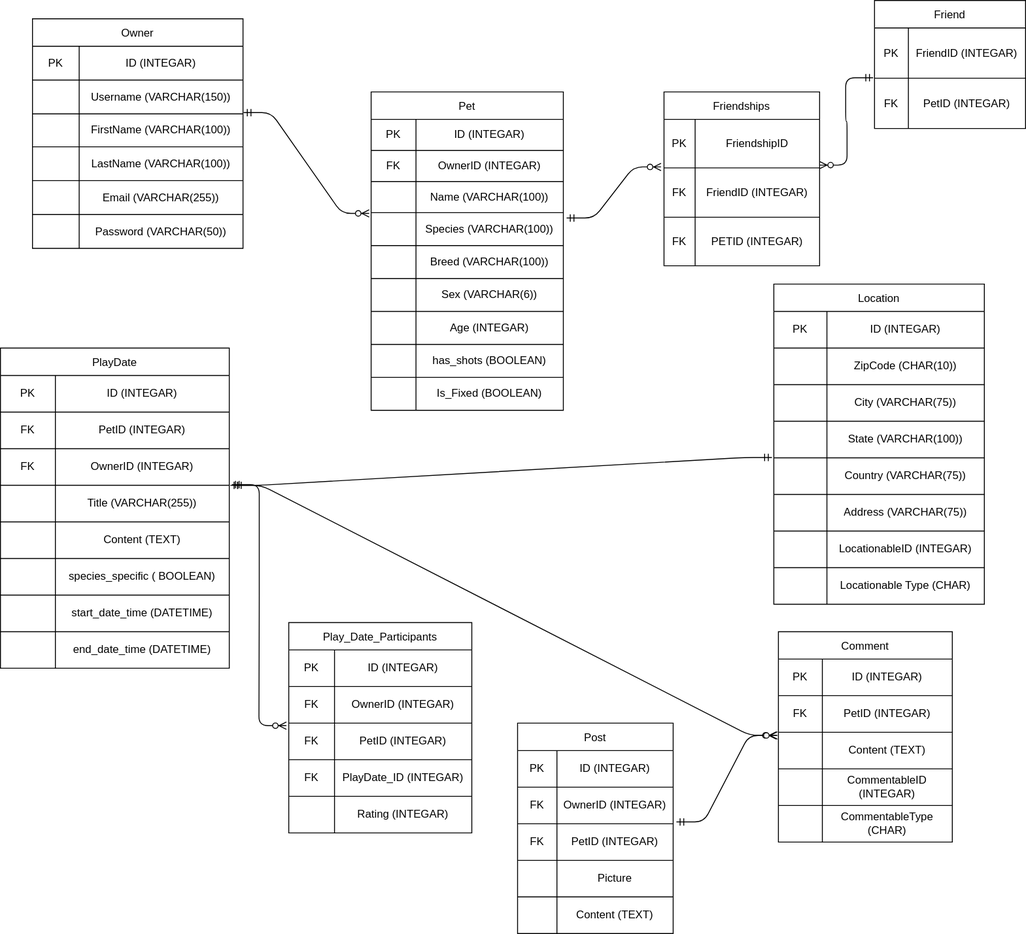
Topaz712/pet_project_erd keeps this draw.io diagram as project.drawio.svg. Above is the earlier version. Source tidied: cells renumbered, new cells last; positions are measured from the earlier drawing's top-left corner, leaving out a move shared by most shapes.
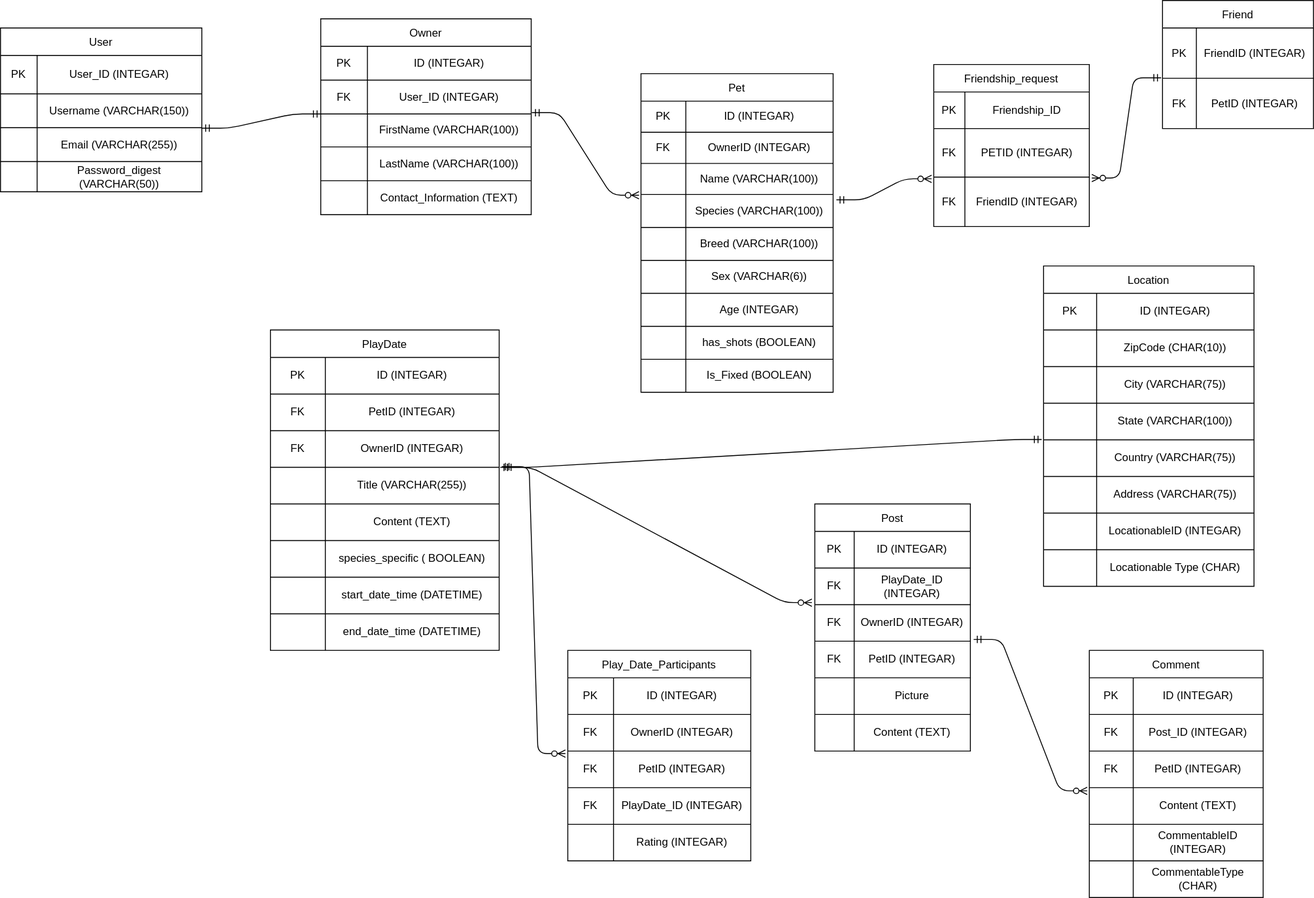
The same file after the commit.

Commit message:
ADDED: User table, made some edits

Diff of the diagram source:
```diff
@@ -5,3 +5,3 @@
     <mxCell id="2" value="Owner" style="shape=table;startSize=30;" parent="1" vertex="1">
-      <mxGeometry x="35" y="20" width="230" height="251" as="geometry" />
+      <mxGeometry x="55" y="40" width="230" height="214" as="geometry" />
     </mxCell>
@@ -16,11 +16,11 @@
     </mxCell>
-    <mxCell id="6" style="shape=tableRow;horizontal=0;startSize=0;swimlaneHead=0;swimlaneBody=0;top=0;left=0;bottom=0;right=0;fillColor=none;points=[[0,0.5],[1,0.5]];portConstraint=eastwest;" parent="2" vertex="1">
-      <mxGeometry y="67" width="230" height="37" as="geometry" />
-    </mxCell>
-    <mxCell id="7" style="shape=partialRectangle;html=1;whiteSpace=wrap;overflow=hidden;fillColor=none;top=0;left=0;bottom=0;right=0;" parent="6" vertex="1">
-      <mxGeometry width="51" height="37" as="geometry" />
-    </mxCell>
-    <mxCell id="8" value="Username (VARCHAR(150))" style="shape=partialRectangle;html=1;whiteSpace=wrap;overflow=hidden;fillColor=none;top=0;left=0;bottom=0;right=0;" parent="6" vertex="1">
-      <mxGeometry x="51" width="179" height="37" as="geometry" />
-    </mxCell>
+    <mxCell id="171" style="shape=tableRow;horizontal=0;startSize=0;swimlaneHead=0;swimlaneBody=0;top=0;left=0;bottom=0;right=0;fillColor=none;" parent="2" vertex="1">
+      <mxGeometry y="67" width="230" height="37" as="geometry" />
+    </mxCell>
+    <mxCell id="172" value="FK" style="shape=partialRectangle;html=1;whiteSpace=wrap;overflow=hidden;fillColor=none;top=0;left=0;bottom=0;right=0;" parent="171" vertex="1">
+      <mxGeometry width="51" height="37" as="geometry" />
+    </mxCell>
+    <mxCell id="173" value="User_ID (INTEGAR)" style="shape=partialRectangle;html=1;whiteSpace=wrap;overflow=hidden;fillColor=none;top=0;left=0;bottom=0;right=0;" parent="171" vertex="1">
+      <mxGeometry x="51" width="179" height="37" as="geometry" />
+    </mxCell>
     <mxCell id="9" style="shape=tableRow;horizontal=0;startSize=0;swimlaneHead=0;swimlaneBody=0;top=0;left=0;bottom=0;right=0;fillColor=none;points=[[0,0.5],[1,0.5]];portConstraint=eastwest;" parent="2" vertex="1">
@@ -43,20 +43,11 @@
     </mxCell>
-    <mxCell id="15" style="shape=tableRow;horizontal=0;startSize=0;swimlaneHead=0;swimlaneBody=0;top=0;left=0;bottom=0;right=0;fillColor=none;" parent="2" vertex="1">
-      <mxGeometry y="177" width="230" height="37" as="geometry" />
-    </mxCell>
-    <mxCell id="16" style="shape=partialRectangle;html=1;whiteSpace=wrap;overflow=hidden;fillColor=none;top=0;left=0;bottom=0;right=0;" parent="15" vertex="1">
-      <mxGeometry width="51" height="37" as="geometry" />
-    </mxCell>
-    <mxCell id="17" value="Email (VARCHAR(255))" style="shape=partialRectangle;html=1;whiteSpace=wrap;overflow=hidden;fillColor=none;top=0;left=0;bottom=0;right=0;" parent="15" vertex="1">
-      <mxGeometry x="51" width="179" height="37" as="geometry" />
-    </mxCell>
-    <mxCell id="18" style="shape=tableRow;horizontal=0;startSize=0;swimlaneHead=0;swimlaneBody=0;top=0;left=0;bottom=0;right=0;fillColor=none;" parent="2" vertex="1">
-      <mxGeometry y="214" width="230" height="37" as="geometry" />
-    </mxCell>
-    <mxCell id="19" style="shape=partialRectangle;html=1;whiteSpace=wrap;overflow=hidden;fillColor=none;top=0;left=0;bottom=0;right=0;" parent="18" vertex="1">
-      <mxGeometry width="51" height="37" as="geometry" />
-    </mxCell>
-    <mxCell id="20" value="Password (VARCHAR(50))" style="shape=partialRectangle;html=1;whiteSpace=wrap;overflow=hidden;fillColor=none;top=0;left=0;bottom=0;right=0;" parent="18" vertex="1">
-      <mxGeometry x="51" width="179" height="37" as="geometry" />
-    </mxCell>
+    <mxCell id="174" style="shape=tableRow;horizontal=0;startSize=0;swimlaneHead=0;swimlaneBody=0;top=0;left=0;bottom=0;right=0;fillColor=none;" parent="2" vertex="1">
+      <mxGeometry y="177" width="230" height="37" as="geometry" />
+    </mxCell>
+    <mxCell id="175" style="shape=partialRectangle;html=1;whiteSpace=wrap;overflow=hidden;fillColor=none;top=0;left=0;bottom=0;right=0;" parent="174" vertex="1">
+      <mxGeometry width="51" height="37" as="geometry" />
+    </mxCell>
+    <mxCell id="176" value="Contact_Information (TEXT)" style="shape=partialRectangle;html=1;whiteSpace=wrap;overflow=hidden;fillColor=none;top=0;left=0;bottom=0;right=0;" parent="174" vertex="1">
+      <mxGeometry x="51" width="179" height="37" as="geometry" />
+    </mxCell>
     <mxCell id="21" value="Pet" style="shape=table;startSize=30;" parent="1" vertex="1">
@@ -146,3 +137,3 @@
     <mxCell id="49" value="Play_Date_Participants" style="shape=table;startSize=30;" parent="1" vertex="1">
-      <mxGeometry x="315" y="680" width="200" height="230" as="geometry" />
+      <mxGeometry x="325" y="730" width="200" height="230" as="geometry" />
     </mxCell>
@@ -194,3 +185,3 @@
     <mxCell id="65" value="Comment" style="shape=table;startSize=30;" parent="1" vertex="1">
-      <mxGeometry x="850" y="690" width="190" height="230" as="geometry" />
+      <mxGeometry x="895" y="730" width="190" height="270" as="geometry" />
     </mxCell>
@@ -205,4 +196,13 @@
     </mxCell>
+    <mxCell id="177" style="shape=tableRow;horizontal=0;startSize=0;swimlaneHead=0;swimlaneBody=0;top=0;left=0;bottom=0;right=0;fillColor=none;" parent="65" vertex="1">
+      <mxGeometry y="70" width="190" height="40" as="geometry" />
+    </mxCell>
+    <mxCell id="178" value="FK" style="shape=partialRectangle;html=1;whiteSpace=wrap;overflow=hidden;fillColor=none;top=0;left=0;bottom=0;right=0;" parent="177" vertex="1">
+      <mxGeometry width="48" height="40" as="geometry" />
+    </mxCell>
+    <mxCell id="179" value="Post_ID (INTEGAR)" style="shape=partialRectangle;html=1;whiteSpace=wrap;overflow=hidden;fillColor=none;top=0;left=0;bottom=0;right=0;" parent="177" vertex="1">
+      <mxGeometry x="48" width="142" height="40" as="geometry" />
+    </mxCell>
     <mxCell id="69" style="shape=tableRow;horizontal=0;startSize=0;swimlaneHead=0;swimlaneBody=0;top=0;left=0;bottom=0;right=0;fillColor=none;" parent="65" vertex="1">
-      <mxGeometry y="70" width="190" height="40" as="geometry" />
+      <mxGeometry y="110" width="190" height="40" as="geometry" />
     </mxCell>
@@ -215,3 +215,3 @@
     <mxCell id="72" style="shape=tableRow;horizontal=0;startSize=0;swimlaneHead=0;swimlaneBody=0;top=0;left=0;bottom=0;right=0;fillColor=none;points=[[0,0.5],[1,0.5]];portConstraint=eastwest;" parent="65" vertex="1">
-      <mxGeometry y="110" width="190" height="40" as="geometry" />
+      <mxGeometry y="150" width="190" height="40" as="geometry" />
     </mxCell>
@@ -224,3 +224,3 @@
     <mxCell id="75" style="shape=tableRow;horizontal=0;startSize=0;swimlaneHead=0;swimlaneBody=0;top=0;left=0;bottom=0;right=0;fillColor=none;" parent="65" vertex="1">
-      <mxGeometry y="150" width="190" height="40" as="geometry" />
+      <mxGeometry y="190" width="190" height="40" as="geometry" />
     </mxCell>
@@ -233,3 +233,3 @@
     <mxCell id="78" style="shape=tableRow;horizontal=0;startSize=0;swimlaneHead=0;swimlaneBody=0;top=0;left=0;bottom=0;right=0;fillColor=none;" parent="65" vertex="1">
-      <mxGeometry y="190" width="190" height="40" as="geometry" />
+      <mxGeometry y="230" width="190" height="40" as="geometry" />
     </mxCell>
@@ -242,3 +242,3 @@
     <mxCell id="81" value="Post" style="shape=table;startSize=30;" parent="1" vertex="1">
-      <mxGeometry x="565" y="790" width="170" height="230" as="geometry" />
+      <mxGeometry x="595" y="570" width="170" height="270" as="geometry" />
     </mxCell>
@@ -253,4 +253,13 @@
     </mxCell>
+    <mxCell id="180" style="shape=tableRow;horizontal=0;startSize=0;swimlaneHead=0;swimlaneBody=0;top=0;left=0;bottom=0;right=0;fillColor=none;" parent="81" vertex="1">
+      <mxGeometry y="70" width="170" height="40" as="geometry" />
+    </mxCell>
+    <mxCell id="181" value="FK" style="shape=partialRectangle;html=1;whiteSpace=wrap;overflow=hidden;fillColor=none;top=0;left=0;bottom=0;right=0;" parent="180" vertex="1">
+      <mxGeometry width="43" height="40" as="geometry" />
+    </mxCell>
+    <mxCell id="182" value="PlayDate_ID (INTEGAR)" style="shape=partialRectangle;html=1;whiteSpace=wrap;overflow=hidden;fillColor=none;top=0;left=0;bottom=0;right=0;" parent="180" vertex="1">
+      <mxGeometry x="43" width="127" height="40" as="geometry" />
+    </mxCell>
     <mxCell id="85" style="shape=tableRow;horizontal=0;startSize=0;swimlaneHead=0;swimlaneBody=0;top=0;left=0;bottom=0;right=0;fillColor=none;points=[[0,0.5],[1,0.5]];portConstraint=eastwest;" parent="81" vertex="1">
-      <mxGeometry y="70" width="170" height="40" as="geometry" />
+      <mxGeometry y="110" width="170" height="40" as="geometry" />
     </mxCell>
@@ -263,3 +272,3 @@
     <mxCell id="88" style="shape=tableRow;horizontal=0;startSize=0;swimlaneHead=0;swimlaneBody=0;top=0;left=0;bottom=0;right=0;fillColor=none;points=[[0,0.5],[1,0.5]];portConstraint=eastwest;" parent="81" vertex="1">
-      <mxGeometry y="110" width="170" height="40" as="geometry" />
+      <mxGeometry y="150" width="170" height="40" as="geometry" />
     </mxCell>
@@ -272,3 +281,3 @@
     <mxCell id="91" style="shape=tableRow;horizontal=0;startSize=0;swimlaneHead=0;swimlaneBody=0;top=0;left=0;bottom=0;right=0;fillColor=none;" parent="81" vertex="1">
-      <mxGeometry y="150" width="170" height="40" as="geometry" />
+      <mxGeometry y="190" width="170" height="40" as="geometry" />
     </mxCell>
@@ -281,3 +290,3 @@
     <mxCell id="94" style="shape=tableRow;horizontal=0;startSize=0;swimlaneHead=0;swimlaneBody=0;top=0;left=0;bottom=0;right=0;fillColor=none;" parent="81" vertex="1">
-      <mxGeometry y="190" width="170" height="40" as="geometry" />
+      <mxGeometry y="230" width="170" height="40" as="geometry" />
     </mxCell>
@@ -448,5 +457,2 @@
     </mxCell>
-    <mxCell id="150" style="edgeStyle=entityRelationEdgeStyle;fontSize=12;html=1;endArrow=ERzeroToMany;startArrow=ERmandOne;exitX=1.02;exitY=0;exitDx=0;exitDy=0;exitPerimeter=0;entryX=-0.006;entryY=0.086;entryDx=0;entryDy=0;entryPerimeter=0;" parent="1" edge="1" source="107" target="72">
-      <mxGeometry relative="1" as="geometry" />
-    </mxCell>
     <mxCell id="151" style="edgeStyle=entityRelationEdgeStyle;fontSize=12;html=1;endArrow=ERmandOne;startArrow=ERmandOne;entryX=-0.009;entryY=-0.01;entryDx=0;entryDy=0;entryPerimeter=0;exitX=1.005;exitY=0.003;exitDx=0;exitDy=0;exitPerimeter=0;" parent="1" edge="1" source="107" target="135">
@@ -455,3 +461,3 @@
     <mxCell id="152" value="Friend" style="shape=table;startSize=30;" parent="1" vertex="1">
-      <mxGeometry x="955" width="165" height="140" as="geometry" />
+      <mxGeometry x="975" y="20" width="165" height="140" as="geometry" />
     </mxCell>
@@ -475,16 +481,25 @@
     </mxCell>
-    <mxCell id="159" value="Friendships" style="shape=table;startSize=30;" parent="1" vertex="1">
-      <mxGeometry x="725" y="100" width="170" height="190" as="geometry" />
+    <mxCell id="159" value="Friendship_request" style="shape=table;startSize=30;" parent="1" vertex="1">
+      <mxGeometry x="725" y="90" width="170" height="177" as="geometry" />
     </mxCell>
     <mxCell id="160" style="shape=tableRow;horizontal=0;startSize=0;swimlaneHead=0;swimlaneBody=0;top=0;left=0;bottom=0;right=0;fillColor=none;points=[[0,0.5],[1,0.5]];portConstraint=eastwest;" parent="159" vertex="1">
-      <mxGeometry y="30" width="170" height="53" as="geometry" />
+      <mxGeometry y="30" width="170" height="40" as="geometry" />
     </mxCell>
     <mxCell id="161" value="PK" style="shape=partialRectangle;html=1;whiteSpace=wrap;overflow=hidden;fillColor=none;top=0;left=0;bottom=0;right=0;" parent="160" vertex="1">
-      <mxGeometry width="34" height="53" as="geometry" />
+      <mxGeometry width="34" height="40" as="geometry" />
     </mxCell>
-    <mxCell id="162" value="FriendshipID" style="shape=partialRectangle;html=1;whiteSpace=wrap;overflow=hidden;fillColor=none;top=0;left=0;bottom=0;right=0;" parent="160" vertex="1">
-      <mxGeometry x="34" width="136" height="53" as="geometry" />
+    <mxCell id="162" value="Friendship_ID" style="shape=partialRectangle;html=1;whiteSpace=wrap;overflow=hidden;fillColor=none;top=0;left=0;bottom=0;right=0;" parent="160" vertex="1">
+      <mxGeometry x="34" width="136" height="40" as="geometry" />
     </mxCell>
+    <mxCell id="166" style="shape=tableRow;horizontal=0;startSize=0;swimlaneHead=0;swimlaneBody=0;top=0;left=0;bottom=0;right=0;fillColor=none;points=[[0,0.5],[1,0.5]];portConstraint=eastwest;" parent="159" vertex="1">
+      <mxGeometry y="70" width="170" height="53" as="geometry" />
+    </mxCell>
+    <mxCell id="167" value="FK" style="shape=partialRectangle;html=1;whiteSpace=wrap;overflow=hidden;fillColor=none;top=0;left=0;bottom=0;right=0;" parent="166" vertex="1">
+      <mxGeometry width="34" height="53" as="geometry" />
+    </mxCell>
+    <mxCell id="168" value="PETID (INTEGAR)" style="shape=partialRectangle;html=1;whiteSpace=wrap;overflow=hidden;fillColor=none;top=0;left=0;bottom=0;right=0;" parent="166" vertex="1">
+      <mxGeometry x="34" width="136" height="53" as="geometry" />
+    </mxCell>
     <mxCell id="163" style="shape=tableRow;horizontal=0;startSize=0;swimlaneHead=0;swimlaneBody=0;top=0;left=0;bottom=0;right=0;fillColor=none;" parent="159" vertex="1">
-      <mxGeometry y="83" width="170" height="54" as="geometry" />
+      <mxGeometry y="123" width="170" height="54" as="geometry" />
     </mxCell>
@@ -496,17 +511,57 @@
     </mxCell>
-    <mxCell id="166" style="shape=tableRow;horizontal=0;startSize=0;swimlaneHead=0;swimlaneBody=0;top=0;left=0;bottom=0;right=0;fillColor=none;points=[[0,0.5],[1,0.5]];portConstraint=eastwest;" parent="159" vertex="1">
-      <mxGeometry y="137" width="170" height="53" as="geometry" />
-    </mxCell>
-    <mxCell id="167" value="FK" style="shape=partialRectangle;html=1;whiteSpace=wrap;overflow=hidden;fillColor=none;top=0;left=0;bottom=0;right=0;" parent="166" vertex="1">
-      <mxGeometry width="34" height="53" as="geometry" />
-    </mxCell>
-    <mxCell id="168" value="PETID (INTEGAR)" style="shape=partialRectangle;html=1;whiteSpace=wrap;overflow=hidden;fillColor=none;top=0;left=0;bottom=0;right=0;" parent="166" vertex="1">
-      <mxGeometry x="34" width="136" height="53" as="geometry" />
-    </mxCell>
-    <mxCell id="169" style="edgeStyle=entityRelationEdgeStyle;fontSize=12;html=1;endArrow=ERzeroToMany;startArrow=ERmandOne;exitX=1.017;exitY=0.162;exitDx=0;exitDy=0;exitPerimeter=0;entryX=-0.019;entryY=0.981;entryDx=0;entryDy=0;entryPerimeter=0;" parent="1" edge="1" source="31" target="160">
+    <mxCell id="169" style="edgeStyle=entityRelationEdgeStyle;fontSize=12;html=1;endArrow=ERzeroToMany;startArrow=ERmandOne;exitX=1.017;exitY=0.162;exitDx=0;exitDy=0;exitPerimeter=0;entryX=-0.014;entryY=1.035;entryDx=0;entryDy=0;entryPerimeter=0;" parent="1" edge="1" source="31" target="166">
       <mxGeometry relative="1" as="geometry" />
     </mxCell>
-    <mxCell id="170" style="edgeStyle=entityRelationEdgeStyle;fontSize=12;html=1;endArrow=ERzeroToMany;startArrow=ERmandOne;entryX=1;entryY=0.943;entryDx=0;entryDy=0;entryPerimeter=0;exitX=-0.009;exitY=0.991;exitDx=0;exitDy=0;exitPerimeter=0;" parent="1" edge="1" source="153" target="160">
+    <mxCell id="170" style="edgeStyle=entityRelationEdgeStyle;fontSize=12;html=1;endArrow=ERzeroToMany;startArrow=ERmandOne;entryX=1.016;entryY=1.019;entryDx=0;entryDy=0;entryPerimeter=0;exitX=-0.009;exitY=0.991;exitDx=0;exitDy=0;exitPerimeter=0;" parent="1" edge="1" source="153" target="166">
       <mxGeometry relative="1" as="geometry" />
     </mxCell>
+    <mxCell id="183" style="edgeStyle=entityRelationEdgeStyle;fontSize=12;html=1;endArrow=ERzeroToMany;startArrow=ERmandOne;entryX=-0.019;entryY=-0.054;entryDx=0;entryDy=0;entryPerimeter=0;" parent="1" edge="1" target="85">
+      <mxGeometry relative="1" as="geometry">
+        <mxPoint x="255" y="530" as="sourcePoint" />
+      </mxGeometry>
+    </mxCell>
+    <mxCell id="184" value="User" style="shape=table;startSize=30;" parent="1" vertex="1">
+      <mxGeometry x="-295" y="50" width="220" height="179" as="geometry" />
+    </mxCell>
+    <mxCell id="185" style="shape=tableRow;horizontal=0;startSize=0;swimlaneHead=0;swimlaneBody=0;top=0;left=0;bottom=0;right=0;fillColor=none;" parent="184" vertex="1">
+      <mxGeometry y="30" width="220" height="42" as="geometry" />
+    </mxCell>
+    <mxCell id="186" value="PK" style="shape=partialRectangle;html=1;whiteSpace=wrap;overflow=hidden;fillColor=none;top=0;left=0;bottom=0;right=0;" parent="185" vertex="1">
+      <mxGeometry width="40" height="42" as="geometry" />
+    </mxCell>
+    <mxCell id="187" value="User_ID (INTEGAR)" style="shape=partialRectangle;html=1;whiteSpace=wrap;overflow=hidden;fillColor=none;top=0;left=0;bottom=0;right=0;" parent="185" vertex="1">
+      <mxGeometry x="40" width="180" height="42" as="geometry" />
+    </mxCell>
+    <mxCell id="6" style="shape=tableRow;horizontal=0;startSize=0;swimlaneHead=0;swimlaneBody=0;top=0;left=0;bottom=0;right=0;fillColor=none;points=[[0,0.5],[1,0.5]];portConstraint=eastwest;" parent="184" vertex="1">
+      <mxGeometry y="72" width="220" height="37" as="geometry" />
+    </mxCell>
+    <mxCell id="7" style="shape=partialRectangle;html=1;whiteSpace=wrap;overflow=hidden;fillColor=none;top=0;left=0;bottom=0;right=0;" parent="6" vertex="1">
+      <mxGeometry width="40" height="37" as="geometry" />
+    </mxCell>
+    <mxCell id="8" value="Username (VARCHAR(150))" style="shape=partialRectangle;html=1;whiteSpace=wrap;overflow=hidden;fillColor=none;top=0;left=0;bottom=0;right=0;" parent="6" vertex="1">
+      <mxGeometry x="40" width="180" height="37" as="geometry" />
+    </mxCell>
+    <mxCell id="15" style="shape=tableRow;horizontal=0;startSize=0;swimlaneHead=0;swimlaneBody=0;top=0;left=0;bottom=0;right=0;fillColor=none;" parent="184" vertex="1">
+      <mxGeometry y="109" width="220" height="37" as="geometry" />
+    </mxCell>
+    <mxCell id="16" style="shape=partialRectangle;html=1;whiteSpace=wrap;overflow=hidden;fillColor=none;top=0;left=0;bottom=0;right=0;" parent="15" vertex="1">
+      <mxGeometry width="40" height="37" as="geometry" />
+    </mxCell>
+    <mxCell id="17" value="Email (VARCHAR(255))" style="shape=partialRectangle;html=1;whiteSpace=wrap;overflow=hidden;fillColor=none;top=0;left=0;bottom=0;right=0;" parent="15" vertex="1">
+      <mxGeometry x="40" width="180" height="37" as="geometry" />
+    </mxCell>
+    <mxCell id="18" style="shape=tableRow;horizontal=0;startSize=0;swimlaneHead=0;swimlaneBody=0;top=0;left=0;bottom=0;right=0;fillColor=none;" parent="184" vertex="1">
+      <mxGeometry y="146" width="220" height="33" as="geometry" />
+    </mxCell>
+    <mxCell id="19" style="shape=partialRectangle;html=1;whiteSpace=wrap;overflow=hidden;fillColor=none;top=0;left=0;bottom=0;right=0;" parent="18" vertex="1">
+      <mxGeometry width="40" height="33" as="geometry" />
+    </mxCell>
+    <mxCell id="20" value="Password_digest (VARCHAR(50))" style="shape=partialRectangle;html=1;whiteSpace=wrap;overflow=hidden;fillColor=none;top=0;left=0;bottom=0;right=0;" parent="18" vertex="1">
+      <mxGeometry x="40" width="180" height="33" as="geometry" />
+    </mxCell>
+    <mxCell id="188" style="edgeStyle=entityRelationEdgeStyle;fontSize=12;html=1;endArrow=ERmandOne;startArrow=ERmandOne;exitX=1.001;exitY=1.014;exitDx=0;exitDy=0;exitPerimeter=0;" parent="1" edge="1" source="6">
+      <mxGeometry relative="1" as="geometry">
+        <mxPoint x="55" y="144" as="targetPoint" />
+      </mxGeometry>
+    </mxCell>
   </root>
```
